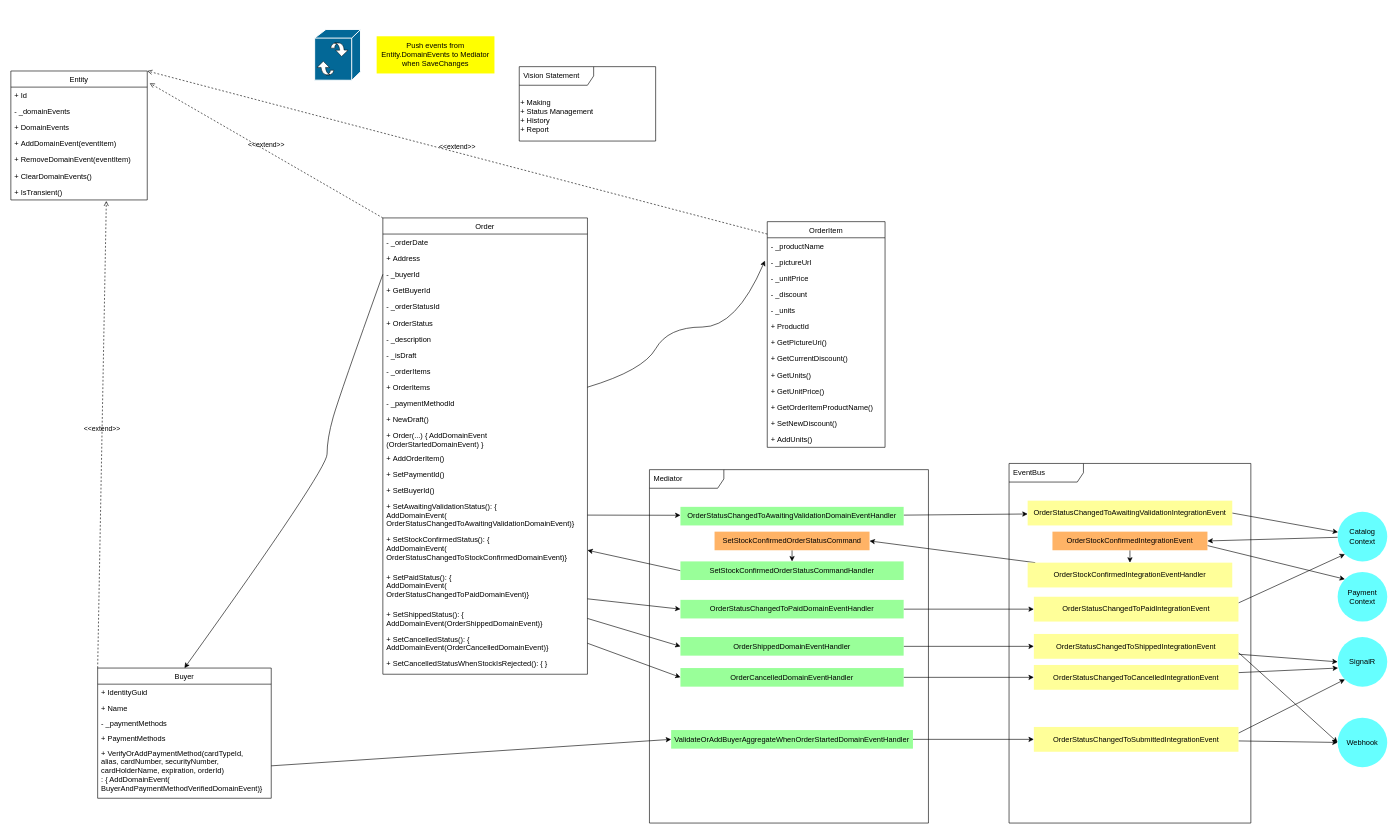
The draw.io diagram page "Ordering" (2 of 2) of documents/DomainDrivenDesign.drawio in QuyenOrion/OrionEShopOnContainers, before the edit. Source tidied: cells renumbered, new cells numbered last; positions are measured from the earlier drawing's top-left corner, leaving out a move shared by most shapes. Both pictures are drawn from the tidied source at 62%, with x=0, y=0 at pixel (11, 29).
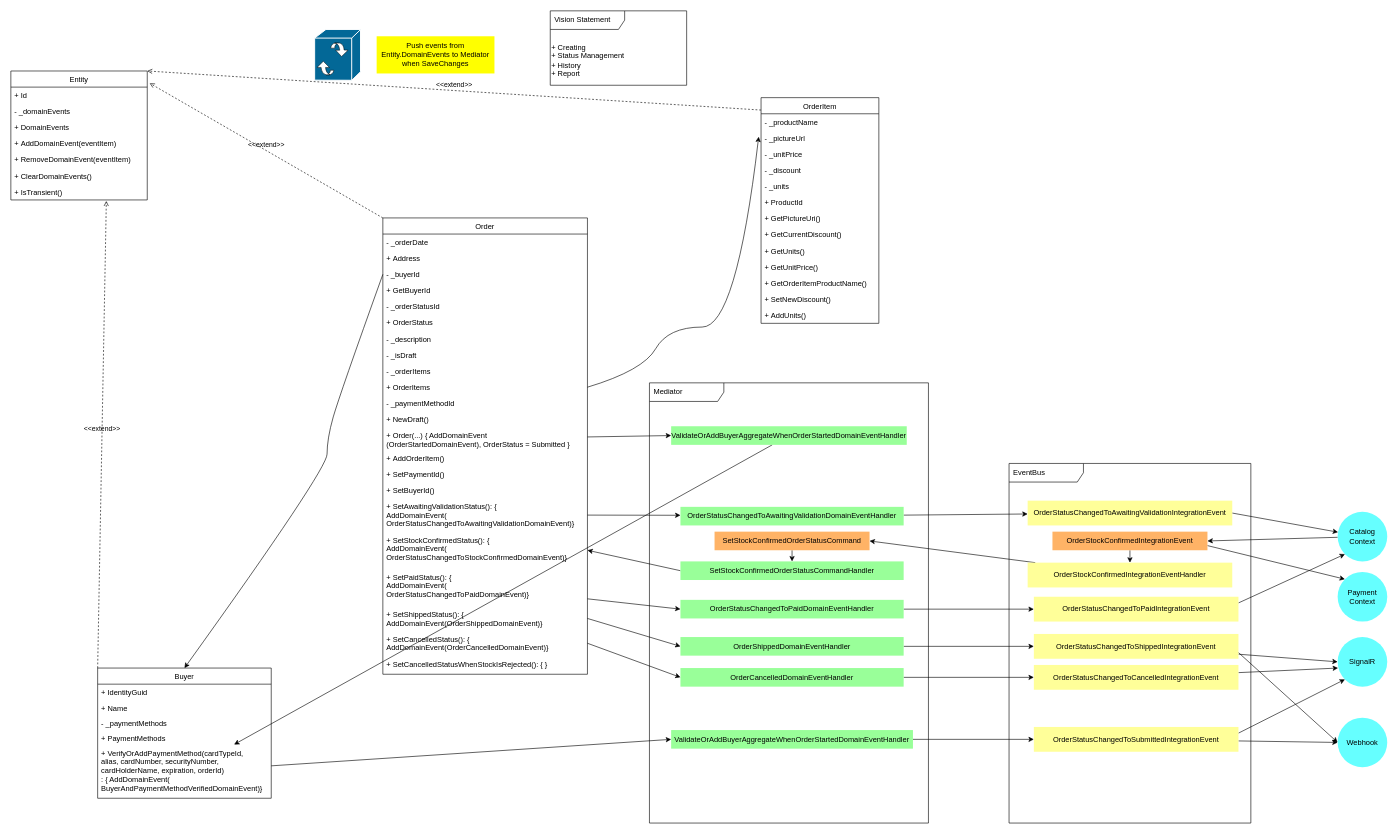
The same diagram, later.

Unchanged cells that the change refers to:
```xml
<mxCell id="6" value="Order" style="swimlane;fontStyle=0;horizontal=1;startSize=26;fillColor=none;" parent="1" vertex="1">
  <mxGeometry x="600" y="304" width="330" height="736" as="geometry" />
</mxCell>
<mxCell id="49" value="+ VerifyOrAddPaymentMethod(cardTypeId,&#10;alias, cardNumber, securityNumber, &#10;cardHolderName, expiration, orderId)&#10;: { AddDomainEvent(&#10;BuyerAndPaymentMethodVerifiedDomainEvent)}" style="text;strokeColor=none;fillColor=none;align=left;verticalAlign=top;spacingLeft=4;spacingRight=4;overflow=hidden;points=[[0,0.5],[1,0.5]];portConstraint=eastwest;" parent="44" vertex="1">
  <mxGeometry y="124" width="280" height="86" as="geometry" />
</mxCell>
```

Change to the diagram source:
```diff
@@
     <mxCell id="2" value="Mediator" style="shape=umlFrame;whiteSpace=wrap;html=1;width=120;height=30;boundedLbl=1;verticalAlign=middle;align=left;spacingLeft=5;strokeColor=#000000;fillColor=none;" parent="1" vertex="1">
-      <mxGeometry x="1030" y="710" width="450" height="570" as="geometry" />
+      <mxGeometry x="1030" y="570" width="450" height="710" as="geometry" />
     </mxCell>
@@
     <mxCell id="4" value="Vision Statement" style="shape=umlFrame;whiteSpace=wrap;html=1;width=120;height=30;boundedLbl=1;verticalAlign=middle;align=left;spacingLeft=5;" parent="1" vertex="1">
-      <mxGeometry x="820" y="60" width="220" height="120" as="geometry" />
+      <mxGeometry x="870" y="-30" width="220" height="120" as="geometry" />
     </mxCell>
-    <mxCell id="5" value="+ Making&lt;br&gt;+ Status Management&lt;br&gt;+ History&lt;br&gt;+ Report" style="text;html=1;strokeColor=none;fillColor=none;align=left;verticalAlign=middle;whiteSpace=wrap;rounded=0;" parent="1" vertex="1">
-      <mxGeometry x="820" y="100" width="220" height="80" as="geometry" />
+    <mxCell id="5" value="+ Creating&lt;br&gt;+ Status Management&lt;br&gt;+ History&lt;br&gt;+ Report" style="text;html=1;strokeColor=none;fillColor=none;align=left;verticalAlign=middle;whiteSpace=wrap;rounded=0;" parent="1" vertex="1">
+      <mxGeometry x="870" y="10" width="220" height="80" as="geometry" />
     </mxCell>
@@
-    <mxCell id="19" value="+ Order(...) { AddDomainEvent&#10;(OrderStartedDomainEvent) }" style="text;strokeColor=none;fillColor=none;align=left;verticalAlign=top;spacingLeft=4;spacingRight=4;overflow=hidden;points=[[0,0.5],[1,0.5]];portConstraint=eastwest;" parent="6" vertex="1">
+    <mxCell id="19" value="+ Order(...) { AddDomainEvent&#10;(OrderStartedDomainEvent), OrderStatus = Submitted }" style="text;strokeColor=none;fillColor=none;align=left;verticalAlign=top;spacingLeft=4;spacingRight=4;overflow=hidden;points=[[0,0.5],[1,0.5]];portConstraint=eastwest;" parent="6" vertex="1">
       <mxGeometry y="338" width="330" height="36" as="geometry" />
     </mxCell>
@@
     <mxCell id="29" value="OrderItem" style="swimlane;fontStyle=0;horizontal=1;startSize=26;fillColor=none;" parent="1" vertex="1">
-      <mxGeometry x="1220" y="310" width="190" height="364" as="geometry" />
+      <mxGeometry x="1210" y="110" width="190" height="364" as="geometry" />
     </mxCell>
@@
+    <mxCell id="105" style="edgeStyle=none;html=1;entryX=0.786;entryY=-0.008;entryDx=0;entryDy=0;entryPerimeter=0;" parent="1" edge="1" source="106" target="49">
+      <mxGeometry relative="1" as="geometry" />
+    </mxCell>
+    <mxCell id="106" value="ValidateOrAddBuyerAggregateWhenOrderStartedDomainEventHandler" style="text;html=1;strokeColor=none;fillColor=#99FF99;align=center;verticalAlign=middle;whiteSpace=wrap;rounded=0;" parent="1" vertex="1">
+      <mxGeometry x="1065" y="640" width="380" height="30" as="geometry" />
+    </mxCell>
+    <mxCell id="107" style="edgeStyle=none;html=1;entryX=0;entryY=0.5;entryDx=0;entryDy=0;" parent="1" edge="1" source="19" target="106">
+      <mxGeometry relative="1" as="geometry" />
+    </mxCell>
```
